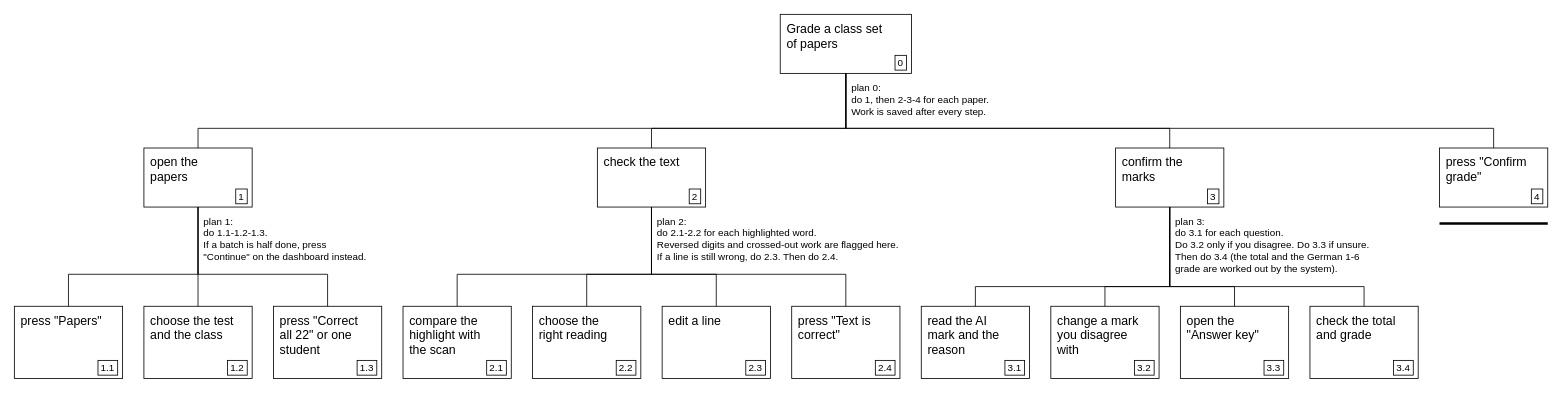
Before: page "T1 Grade a class set of papers" (1 of 4) of Sprout_HTDs/Teacher_HTDs.drawio in AmrKoura/HCI_DAMNS, a draw.io diagram. Source tidied: cells renumbered, new cells numbered last; positions are measured from the earlier drawing's top-left corner, leaving out a move shared by most shapes. Both pictures are drawn from the tidied source at 82%, with x=0, y=0 at pixel (14, 14).
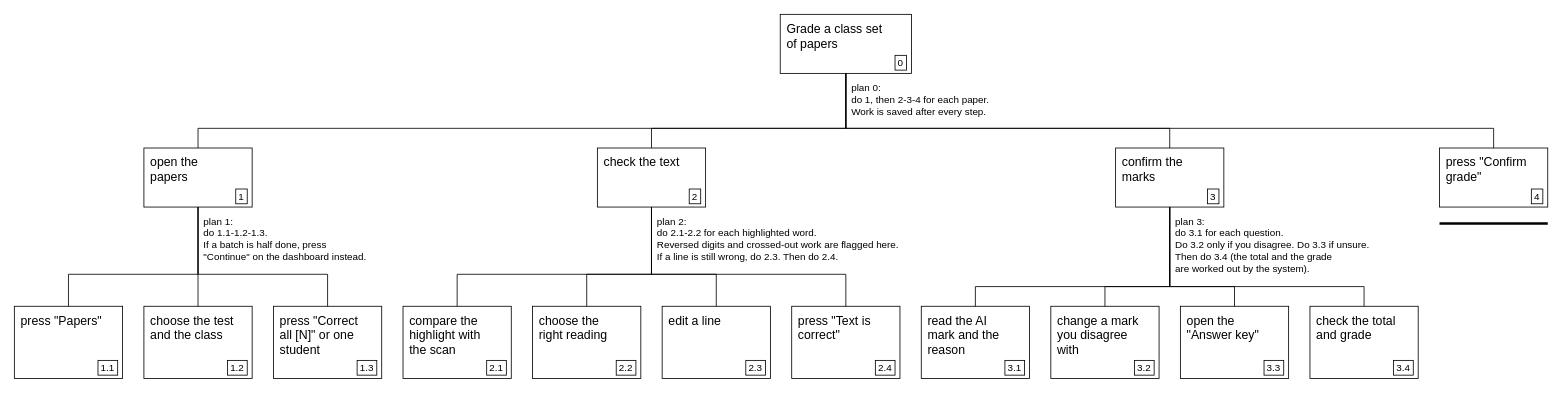
The same diagram, later.

Change to the diagram source:
```diff
@@
-    <mxCell id="10" value="press &quot;Correct all 22&quot; or one student" style="rounded=0;whiteSpace=wrap;html=1;fillColor=#FFFFFF;strokeColor=#000000;fontColor=#000000;fontFamily=Helvetica;fontSize=15;align=left;verticalAlign=top;spacingLeft=6;spacingTop=2;spacingRight=22;" parent="1" vertex="1">
+    <mxCell id="10" value="press &quot;Correct all [N]&quot; or one student" style="rounded=0;whiteSpace=wrap;html=1;fillColor=#FFFFFF;strokeColor=#000000;fontColor=#000000;fontFamily=Helvetica;fontSize=15;align=left;verticalAlign=top;spacingLeft=6;spacingTop=2;spacingRight=22;" parent="1" vertex="1">
       <mxGeometry x="316" y="356" width="132" height="88" as="geometry" />
     </mxCell>
@@
-    <mxCell id="52" value="plan 3:&lt;br&gt;do 3.1 for each question.&lt;br&gt;Do 3.2 only if you disagree. Do 3.3 if unsure.&lt;br&gt;Then do 3.4 (the total and the German 1-6&lt;br&gt;grade are worked out by the system)." style="text;html=1;fontFamily=Helvetica;fontSize=12;align=left;verticalAlign=top;spacing=0;fontColor=#000000;" parent="1" vertex="1">
+    <mxCell id="52" value="plan 3:&lt;br&gt;do 3.1 for each question.&lt;br&gt;Do 3.2 only if you disagree. Do 3.3 if unsure.&lt;br&gt;Then do 3.4 (the total and the grade&lt;br&gt;are worked out by the system)." style="text;html=1;fontFamily=Helvetica;fontSize=12;align=left;verticalAlign=top;spacing=0;fontColor=#000000;" parent="1" vertex="1">
       <mxGeometry x="1416" y="241" width="257" height="79" as="geometry" />
     </mxCell>
```
